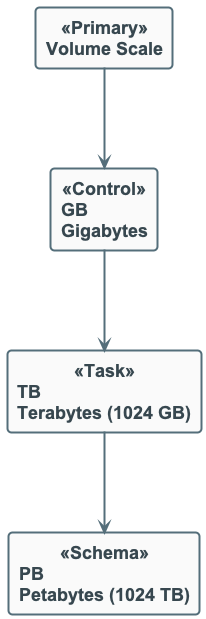
This is diagrams/week01/week1_3v_volume_scale.png from OrPerets/data-engineering-course, a PlantUML export, as it was before one commit.
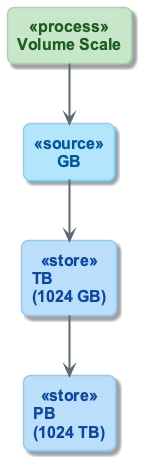
After the change.

Diff of the diagram source:
```diff
@@ -1,15 +1,19 @@
 @startuml
 !include ../_template_styles.puml
+!include _week1_visual_style.puml
+
 top to bottom direction
+skinparam nodesep 80
+skinparam ranksep 60
 
-rectangle "**Volume Scale**" as H <<Primary>>
+rectangle "Volume Scale" as H <<process>>
 
-rectangle "**GB**\nGigabytes" as GB <<Control>>
-rectangle "**TB**\nTerabytes (1024 GB)" as TB <<Task>>
-rectangle "**PB**\nPetabytes (1024 TB)" as PB <<Schema>>
+rectangle "GB" as GB <<source>>
+rectangle "TB\n(1024 GB)" as TB <<store>>
+rectangle "PB\n(1024 TB)" as PB <<store>>
 
-H --> GB
-GB --> TB
-TB --> PB
+H -down-> GB
+GB -down-> TB
+TB -down-> PB
 
 @enduml
```
